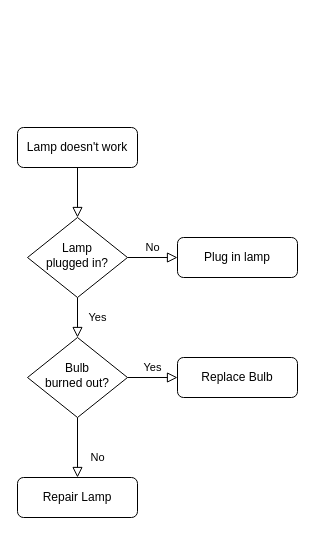
reza7angkasa/design-and-algorithm-analysis keeps this draw.io diagram as Untitled Diagram.drawio. Above is the earlier version. Source tidied: cells renumbered, new cells numbered last; positions are measured from the earlier drawing's top-left corner, leaving out a move shared by most shapes. Both pictures are drawn from the tidied source at 100%, with x=0, y=0 at pixel (17, 127).
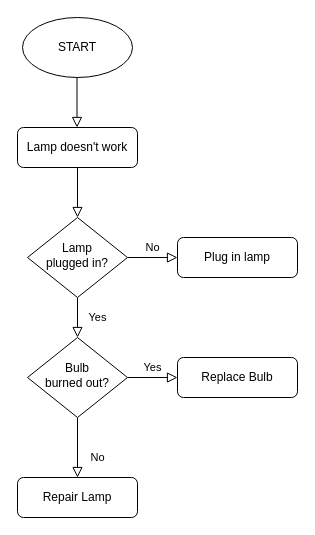
The same page after the edit.

Change to the diagram source:
```diff
@@
 <mxGraphModel>
   <root>
     <mxCell id="0" />
     <mxCell id="1" parent="0" />
     <mxCell id="2" style="rounded=0;html=1;jettySize=auto;fontSize=11;endArrow=block;endFill=0;endSize=8;strokeWidth=1;shadow=0;labelBackgroundColor=none;edgeStyle=orthogonalEdgeStyle;" parent="1" edge="1" source="3" target="6">
       <mxGeometry relative="1" as="geometry" />
     </mxCell>
     <mxCell id="3" value="Lamp doesn't work" style="rounded=1;whiteSpace=wrap;html=1;fontSize=12;glass=0;strokeWidth=1;shadow=0;" parent="1" vertex="1">
       <mxGeometry width="120" height="40" as="geometry" />
     </mxCell>
     <mxCell id="4" value="Yes" style="rounded=0;html=1;jettySize=auto;fontSize=11;endArrow=block;endFill=0;endSize=8;strokeWidth=1;shadow=0;labelBackgroundColor=none;edgeStyle=orthogonalEdgeStyle;" parent="1" edge="1" source="6" target="10">
       <mxGeometry y="20" relative="1" as="geometry" />
     </mxCell>
     <mxCell id="5" value="No" style="edgeStyle=orthogonalEdgeStyle;rounded=0;html=1;jettySize=auto;fontSize=11;endArrow=block;endFill=0;endSize=8;strokeWidth=1;shadow=0;labelBackgroundColor=none;" parent="1" edge="1" source="6" target="7">
       <mxGeometry y="10" relative="1" as="geometry" />
     </mxCell>
     <mxCell id="6" value="Lamp&lt;br&gt;plugged in?" style="rhombus;whiteSpace=wrap;html=1;shadow=0;fontFamily=Helvetica;fontSize=12;align=center;strokeWidth=1;spacing=6;spacingTop=-4;" parent="1" vertex="1">
       <mxGeometry x="10" y="90" width="100" height="80" as="geometry" />
     </mxCell>
     <mxCell id="7" value="Plug in lamp" style="rounded=1;whiteSpace=wrap;html=1;fontSize=12;glass=0;strokeWidth=1;shadow=0;" parent="1" vertex="1">
       <mxGeometry x="160" y="110" width="120" height="40" as="geometry" />
     </mxCell>
     <mxCell id="8" value="No" style="rounded=0;html=1;jettySize=auto;fontSize=11;endArrow=block;endFill=0;endSize=8;strokeWidth=1;shadow=0;labelBackgroundColor=none;edgeStyle=orthogonalEdgeStyle;" parent="1" edge="1" source="10" target="11">
       <mxGeometry x="0.33" y="20" relative="1" as="geometry" />
     </mxCell>
     <mxCell id="9" value="Yes" style="edgeStyle=orthogonalEdgeStyle;rounded=0;html=1;jettySize=auto;fontSize=11;endArrow=block;endFill=0;endSize=8;strokeWidth=1;shadow=0;labelBackgroundColor=none;" parent="1" edge="1" source="10" target="12">
       <mxGeometry y="10" relative="1" as="geometry" />
     </mxCell>
     <mxCell id="10" value="Bulb&lt;br&gt;burned out?" style="rhombus;whiteSpace=wrap;html=1;shadow=0;fontFamily=Helvetica;fontSize=12;align=center;strokeWidth=1;spacing=6;spacingTop=-4;" parent="1" vertex="1">
       <mxGeometry x="10" y="210" width="100" height="80" as="geometry" />
     </mxCell>
     <mxCell id="11" value="Repair Lamp" style="rounded=1;whiteSpace=wrap;html=1;fontSize=12;glass=0;strokeWidth=1;shadow=0;" parent="1" vertex="1">
       <mxGeometry y="350" width="120" height="40" as="geometry" />
     </mxCell>
     <mxCell id="12" value="Replace Bulb" style="rounded=1;whiteSpace=wrap;html=1;fontSize=12;glass=0;strokeWidth=1;shadow=0;" parent="1" vertex="1">
       <mxGeometry x="160" y="230" width="120" height="40" as="geometry" />
     </mxCell>
+    <mxCell id="13" value="START" style="ellipse;whiteSpace=wrap;html=1;" parent="1" vertex="1">
+      <mxGeometry x="5" y="-110" width="110" height="60" as="geometry" />
+    </mxCell>
+    <mxCell id="14" style="rounded=0;html=1;jettySize=auto;orthogonalLoop=1;fontSize=11;endArrow=block;endFill=0;endSize=8;strokeWidth=1;shadow=0;labelBackgroundColor=none;edgeStyle=orthogonalEdgeStyle;" parent="1" edge="1">
+      <mxGeometry relative="1" as="geometry">
+        <mxPoint x="59.5" y="-50" as="sourcePoint" />
+        <mxPoint x="59.5" as="targetPoint" />
+      </mxGeometry>
+    </mxCell>
   </root>
 </mxGraphModel>
```
